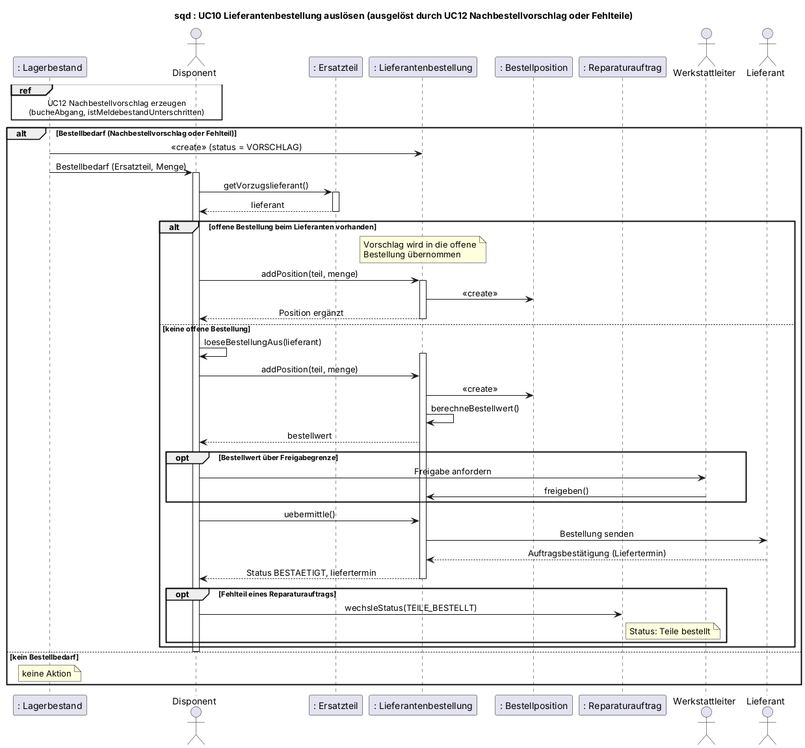
jakobschwan123-cmd/casestudy-semester-3 keeps this PlantUML diagram as uml/sequenz-06-nachbestellvorschlag.png. Above is the earlier version.
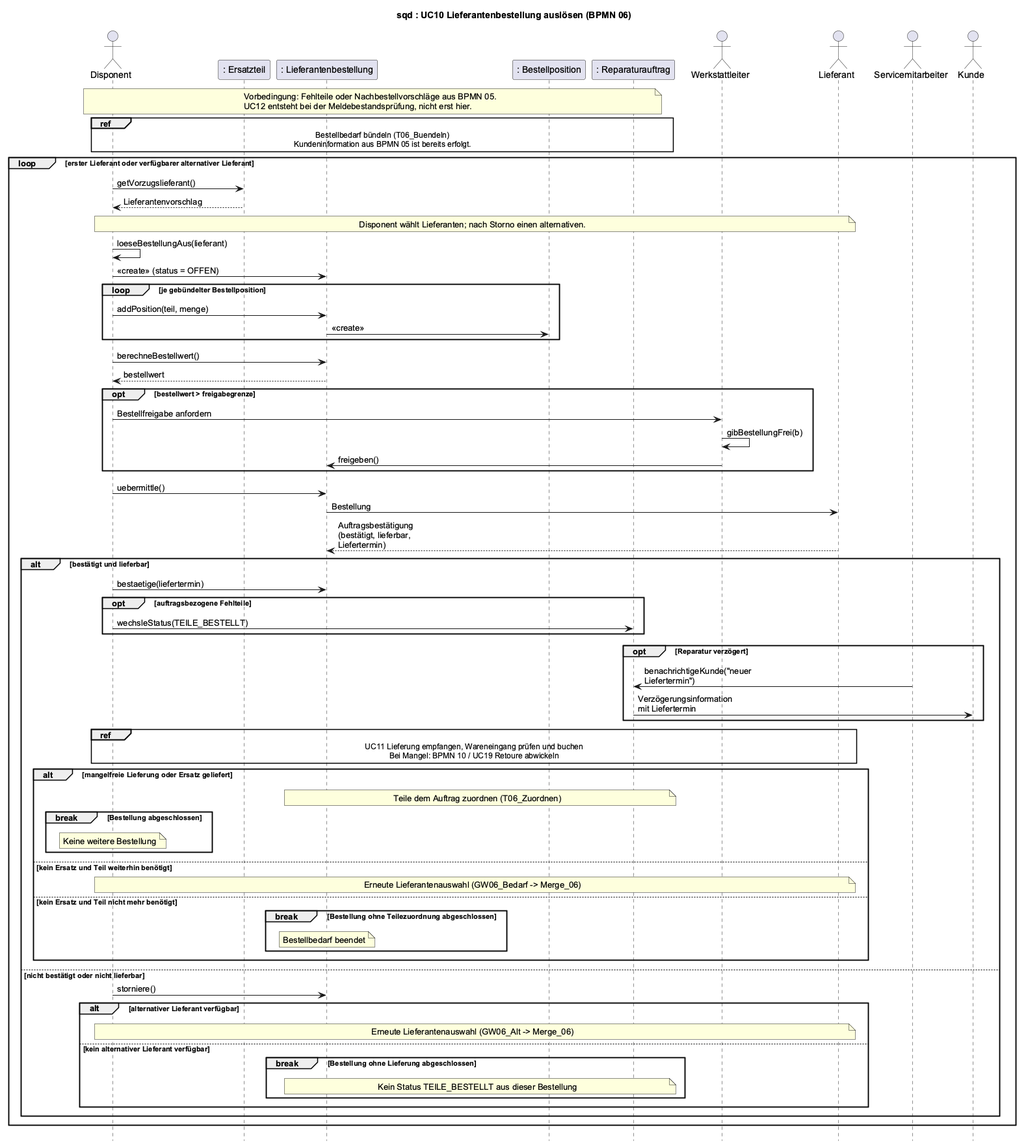
The same file after the commit.

What changed in the source:
```diff
@@ -1,55 +1,73 @@
 @startuml
-title sqd : UC10 Lieferantenbestellung auslösen (ausgelöst durch UC12 Nachbestellvorschlag oder Fehlteile)
+title sqd : UC10 Lieferantenbestellung auslösen (BPMN 06)
 skinparam defaultFontName Arial
-skinparam sequenceMessageAlign center
-participant ": Lagerbestand" as LB
+skinparam sequenceMessageAlign left
+skinparam maxMessageSize 160
+hide footbox
+
 actor Disponent
 participant ": Ersatzteil" as ET
-participant ": Lieferantenbestellung" as LBEST
-participant ": Bestellposition" as BPOS
+participant ": Lieferantenbestellung" as BEST
+participant ": Bestellposition" as POS
 participant ": Reparaturauftrag" as RA
-actor Werkstattleiter
+actor Werkstattleiter as WL
 actor Lieferant
+actor Servicemitarbeiter as SM
+actor Kunde
 
-ref over LB, Disponent : UC12 Nachbestellvorschlag erzeugen\n(bucheAbgang, istMeldebestandUnterschritten)
-alt Bestellbedarf (Nachbestellvorschlag oder Fehlteil)
-    LB -> LBEST : <<create>> (status = VORSCHLAG)
-    LB -> Disponent : Bestellbedarf (Ersatzteil, Menge)
-    activate Disponent
+note over Disponent, RA : Vorbedingung: Fehlteile oder Nachbestellvorschläge aus BPMN 05.\nUC12 entsteht bei der Meldebestandsprüfung, nicht erst hier.
+ref over Disponent, RA : Bestellbedarf bündeln (T06_Buendeln)\nKundeninformation aus BPMN 05 ist bereits erfolgt.
+loop erster Lieferant oder verfügbarer alternativer Lieferant
     Disponent -> ET : getVorzugslieferant()
-    activate ET
-    ET --> Disponent : lieferant
-    deactivate ET
-    alt offene Bestellung beim Lieferanten vorhanden
-        note over LBEST : Vorschlag wird in die offene\nBestellung übernommen
-        Disponent -> LBEST : addPosition(teil, menge)
-        activate LBEST
-        LBEST -> BPOS : <<create>>
-        LBEST --> Disponent : Position ergänzt
-        deactivate LBEST
-    else keine offene Bestellung
-        Disponent -> Disponent : loeseBestellungAus(lieferant)
-        activate LBEST
-        Disponent -> LBEST : addPosition(teil, menge)
-        LBEST -> BPOS : <<create>>
-        LBEST -> LBEST : berechneBestellwert()
-        LBEST --> Disponent : bestellwert
-        opt Bestellwert über Freigabegrenze
-            Disponent -> Werkstattleiter : Freigabe anfordern
-            Werkstattleiter -> LBEST : freigeben()
+    ET --> Disponent : Lieferantenvorschlag
+    note over Disponent, Lieferant : Disponent wählt Lieferanten; nach Storno einen alternativen.
+    Disponent -> Disponent : loeseBestellungAus(lieferant)
+    Disponent -> BEST : <<create>> (status = OFFEN)
+    loop je gebündelter Bestellposition
+        Disponent -> BEST : addPosition(teil, menge)
+        BEST -> POS : <<create>>
+    end
+    Disponent -> BEST : berechneBestellwert()
+    BEST --> Disponent : bestellwert
+    opt bestellwert > freigabegrenze
+        Disponent -> WL : Bestellfreigabe anfordern
+        WL -> WL : gibBestellungFrei(b)
+        WL -> BEST : freigeben()
+    end
+    Disponent -> BEST : uebermittle()
+    BEST -> Lieferant : Bestellung
+    Lieferant --> BEST : Auftragsbestätigung (bestätigt, lieferbar, Liefertermin)
+    alt bestätigt und lieferbar
+        Disponent -> BEST : bestaetige(liefertermin)
+        opt auftragsbezogene Fehlteile
+            Disponent -> RA : wechsleStatus(TEILE_BESTELLT)
         end
-        Disponent -> LBEST : uebermittle()
-        LBEST -> Lieferant : Bestellung senden
-        Lieferant --> LBEST : Auftragsbestätigung (Liefertermin)
-        LBEST --> Disponent : Status BESTAETIGT, liefertermin
-        deactivate LBEST
-        opt Fehlteil eines Reparaturauftrags
-            Disponent -> RA : wechsleStatus(TEILE_BESTELLT)
-            note right of RA : Status: Teile bestellt
+        opt Reparatur verzögert
+            SM -> RA : benachrichtigeKunde("neuer Liefertermin")
+            RA -> Kunde : Verzögerungsinformation mit Liefertermin
+        end
+        ref over Disponent, BEST, Lieferant : UC11 Lieferung empfangen, Wareneingang prüfen und buchen\nBei Mangel: BPMN 10 / UC19 Retoure abwickeln
+        alt mangelfreie Lieferung oder Ersatz geliefert
+            note over BEST, RA : Teile dem Auftrag zuordnen (T06_Zuordnen)
+            break Bestellung abgeschlossen
+                note over Disponent : Keine weitere Bestellung
+            end
+        else kein Ersatz und Teil weiterhin benötigt
+            note over Disponent, Lieferant : Erneute Lieferantenauswahl (GW06_Bedarf -> Merge_06)
+        else kein Ersatz und Teil nicht mehr benötigt
+            break Bestellung ohne Teilezuordnung abgeschlossen
+                note over BEST : Bestellbedarf beendet
+            end
+        end
+    else nicht bestätigt oder nicht lieferbar
+        Disponent -> BEST : storniere()
+        alt alternativer Lieferant verfügbar
+            note over Disponent, Lieferant : Erneute Lieferantenauswahl (GW06_Alt -> Merge_06)
+        else kein alternativer Lieferant verfügbar
+            break Bestellung ohne Lieferung abgeschlossen
+                note over BEST, RA : Kein Status TEILE_BESTELLT aus dieser Bestellung
+            end
         end
     end
-    deactivate Disponent
-else kein Bestellbedarf
-    note over LB : keine Aktion
 end
 @enduml
```
